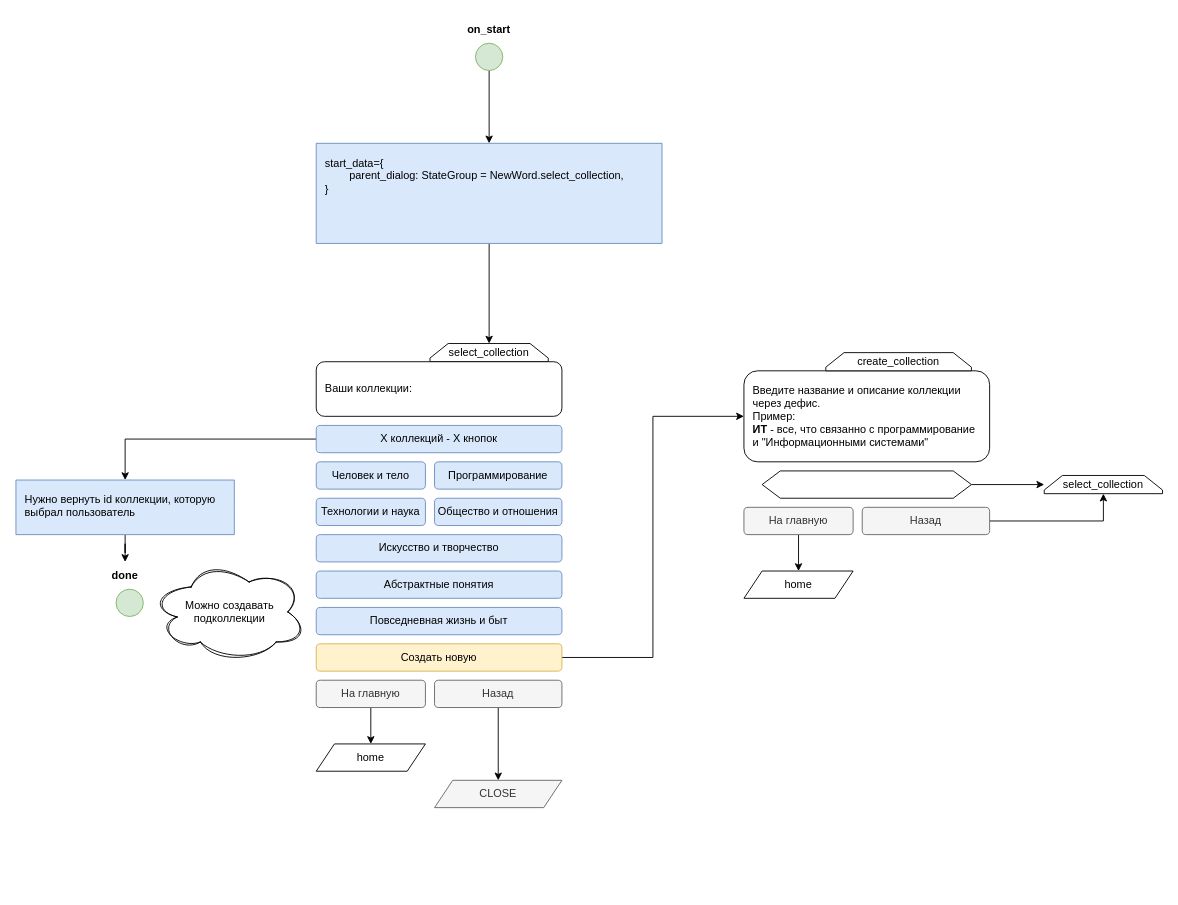
This is page "collection" (5 of 8) of lexi-bot.drawio from pasha-danilevich/lexi-bot, a draw.io file, before an edit. Source tidied: cells renumbered, new cells numbered last; positions are measured from the earlier drawing's top-left corner, leaving out a move shared by most shapes. Both pictures are drawn from the tidied source at 91%, with x=0, y=0 at pixel (15, 15).
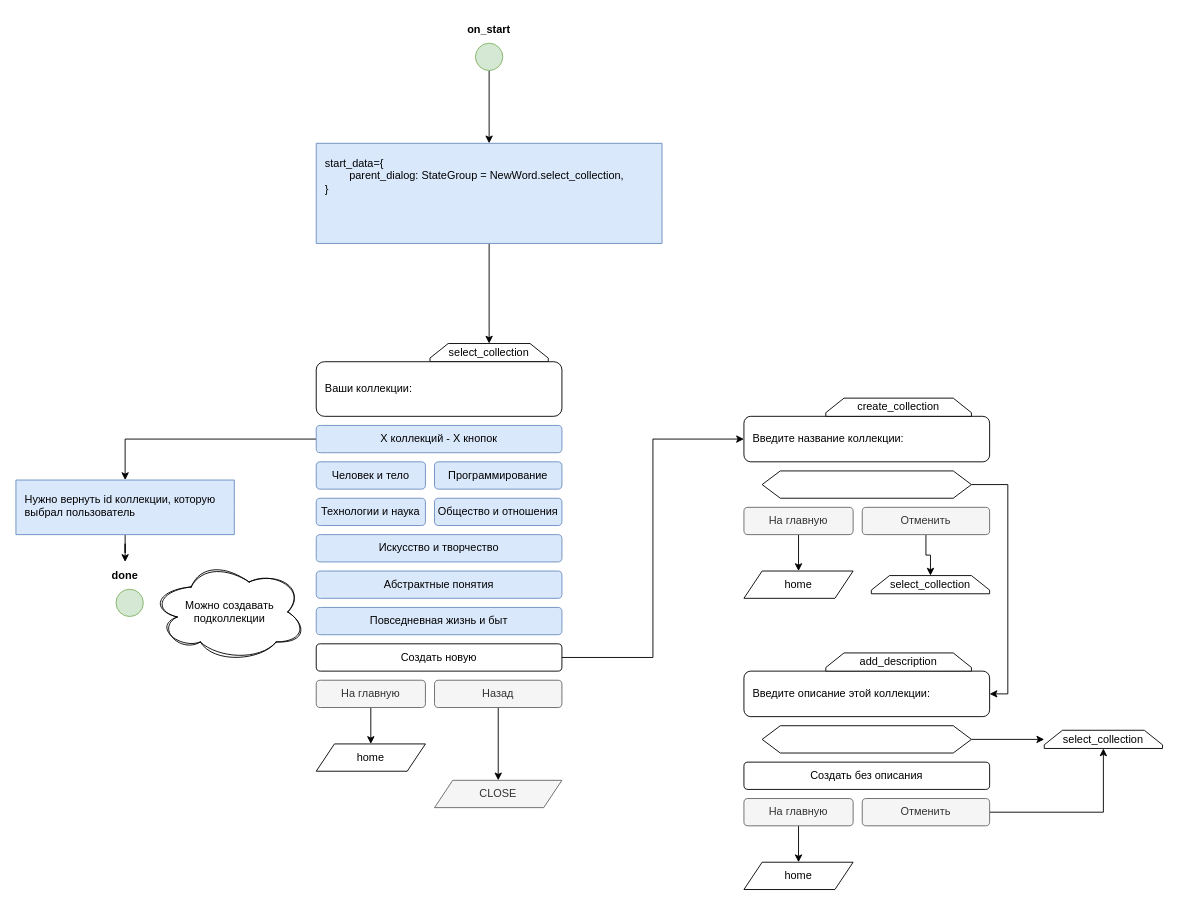
The same diagram, later.

The change refers to these unchanged cells:
```xml
<mxCell id="21" style="shape=hexagon;perimeter=hexagonPerimeter2;whiteSpace=wrap;html=1;fixedSize=1;" parent="1" vertex="1">
  <mxGeometry x="820" y="500" width="230" height="30" as="geometry" />
</mxCell>
```

The edit, as a diff of the source:
```diff
@@
-    <mxCell id="10" value="Создать новую" style="rounded=1;whiteSpace=wrap;html=1;spacingLeft=0;align=center;fillColor=#fff2cc;strokeColor=#d6b656;" parent="1" vertex="1">
+    <mxCell id="10" value="Создать новую" style="rounded=1;whiteSpace=wrap;html=1;spacingLeft=0;align=center;" parent="1" vertex="1">
       <mxGeometry x="330" y="690" width="270" height="30" as="geometry" />
     </mxCell>
@@
-    <mxCell id="13" style="edgeStyle=orthogonalEdgeStyle;rounded=0;jettySize=auto;html=1;exitX=1;exitY=0.5;exitDx=0;exitDy=0;entryX=0.5;entryY=1;entryDx=0;entryDy=0;" parent="1" edge="1" source="14" target="28">
+    <mxCell id="13" style="edgeStyle=orthogonalEdgeStyle;rounded=0;jettySize=auto;html=1;exitX=0.5;exitY=1;exitDx=0;exitDy=0;" parent="1" edge="1" source="14" target="28">
       <mxGeometry relative="1" as="geometry" />
     </mxCell>
-    <mxCell id="14" value="Назад" style="rounded=1;whiteSpace=wrap;html=1;spacingLeft=0;align=center;fillColor=#f5f5f5;fontColor=#333333;strokeColor=#666666;" parent="1" vertex="1">
+    <mxCell id="14" value="Отменить" style="rounded=1;whiteSpace=wrap;html=1;spacingLeft=0;align=center;fillColor=#f5f5f5;fontColor=#333333;strokeColor=#666666;" parent="1" vertex="1">
       <mxGeometry x="930" y="540" width="140" height="30" as="geometry" />
     </mxCell>
-    <mxCell id="15" value="Введите название и описание коллекции через дефис.&lt;div&gt;Пример:&amp;nbsp;&lt;/div&gt;&lt;div&gt;&lt;b&gt;ИТ&lt;/b&gt; - все, что связанно с программирование и &quot;Информационными системами&quot;&lt;/div&gt;" style="rounded=1;whiteSpace=wrap;html=1;spacingLeft=0;align=left;spacing=10;" parent="1" vertex="1">
-      <mxGeometry x="800" y="390" width="270" height="100" as="geometry" />
+    <mxCell id="15" value="Введите название коллекции:" style="rounded=1;whiteSpace=wrap;html=1;spacingLeft=0;align=left;spacing=10;" parent="1" vertex="1">
+      <mxGeometry x="800" y="440" width="270" height="50" as="geometry" />
     </mxCell>
     <mxCell id="16" value="&lt;span style=&quot;white-space-collapse: preserve;&quot; class=&quot;aNeGP0gI0B9AV8JaHPyH&quot;&gt;create_&lt;/span&gt;&lt;span style=&quot;text-align: left; text-wrap-mode: nowrap;&quot;&gt;collection&lt;/span&gt;" style="shape=loopLimit;whiteSpace=wrap;html=1;" parent="1" vertex="1">
-      <mxGeometry x="890" y="370" width="160" height="20" as="geometry" />
+      <mxGeometry x="890" y="420" width="160" height="20" as="geometry" />
     </mxCell>
@@
-    <mxCell id="20" style="edgeStyle=orthogonalEdgeStyle;rounded=0;jettySize=auto;html=1;exitX=1;exitY=0.5;exitDx=0;exitDy=0;" parent="1" edge="1" source="21" target="28">
+    <mxCell id="20" style="edgeStyle=orthogonalEdgeStyle;rounded=0;jettySize=auto;html=1;exitX=1;exitY=0.5;exitDx=0;exitDy=0;entryX=1;entryY=0.5;entryDx=0;entryDy=0;" parent="1" edge="1" source="21" target="43">
       <mxGeometry relative="1" as="geometry" />
     </mxCell>
@@
     <mxCell id="28" value="select_collection" style="shape=loopLimit;whiteSpace=wrap;html=1;" parent="1" vertex="1">
-      <mxGeometry x="1130" y="505" width="130" height="20" as="geometry" />
+      <mxGeometry x="940" y="615" width="130" height="20" as="geometry" />
     </mxCell>
@@
+    <mxCell id="41" style="edgeStyle=orthogonalEdgeStyle;rounded=0;jettySize=auto;html=1;exitX=1;exitY=0.5;exitDx=0;exitDy=0;entryX=0.5;entryY=1;entryDx=0;entryDy=0;" parent="1" edge="1" source="42" target="50">
+      <mxGeometry relative="1" as="geometry" />
+    </mxCell>
+    <mxCell id="42" value="Отменить" style="rounded=1;whiteSpace=wrap;html=1;spacingLeft=0;align=center;fillColor=#f5f5f5;fontColor=#333333;strokeColor=#666666;" parent="1" vertex="1">
+      <mxGeometry x="930" y="860" width="140" height="30" as="geometry" />
+    </mxCell>
+    <mxCell id="43" value="Введите описание этой коллекции:" style="rounded=1;whiteSpace=wrap;html=1;spacingLeft=0;align=left;spacing=10;" parent="1" vertex="1">
+      <mxGeometry x="800" y="720" width="270" height="50" as="geometry" />
+    </mxCell>
+    <mxCell id="44" value="&lt;span style=&quot;white-space-collapse: preserve;&quot;&gt;add_description&lt;/span&gt;" style="shape=loopLimit;whiteSpace=wrap;html=1;" parent="1" vertex="1">
+      <mxGeometry x="890" y="700" width="160" height="20" as="geometry" />
+    </mxCell>
+    <mxCell id="45" style="edgeStyle=orthogonalEdgeStyle;rounded=0;jettySize=auto;html=1;" parent="1" edge="1" source="46" target="47">
+      <mxGeometry relative="1" as="geometry" />
+    </mxCell>
+    <mxCell id="46" value="На главную" style="rounded=1;whiteSpace=wrap;html=1;spacingLeft=0;align=center;fillColor=#f5f5f5;fontColor=#333333;strokeColor=#666666;" parent="1" vertex="1">
+      <mxGeometry x="800" y="860" width="120" height="30" as="geometry" />
+    </mxCell>
+    <mxCell id="47" value="home" style="shape=parallelogram;perimeter=parallelogramPerimeter;whiteSpace=wrap;html=1;fixedSize=1;" parent="1" vertex="1">
+      <mxGeometry x="800" y="930" width="120" height="30" as="geometry" />
+    </mxCell>
+    <mxCell id="48" style="edgeStyle=orthogonalEdgeStyle;rounded=0;jettySize=auto;html=1;exitX=1;exitY=0.5;exitDx=0;exitDy=0;" parent="1" edge="1" source="49" target="50">
+      <mxGeometry relative="1" as="geometry" />
+    </mxCell>
+    <mxCell id="49" style="shape=hexagon;perimeter=hexagonPerimeter2;whiteSpace=wrap;html=1;fixedSize=1;" parent="1" vertex="1">
+      <mxGeometry x="820" y="780" width="230" height="30" as="geometry" />
+    </mxCell>
+    <mxCell id="50" value="select_collection" style="shape=loopLimit;whiteSpace=wrap;html=1;" parent="1" vertex="1">
+      <mxGeometry x="1130" y="785" width="130" height="20" as="geometry" />
+    </mxCell>
+    <mxCell id="51" value="Создать без описания" style="rounded=1;whiteSpace=wrap;html=1;spacingLeft=0;align=center;" parent="1" vertex="1">
+      <mxGeometry x="800" y="820" width="270" height="30" as="geometry" />
+    </mxCell>
```
